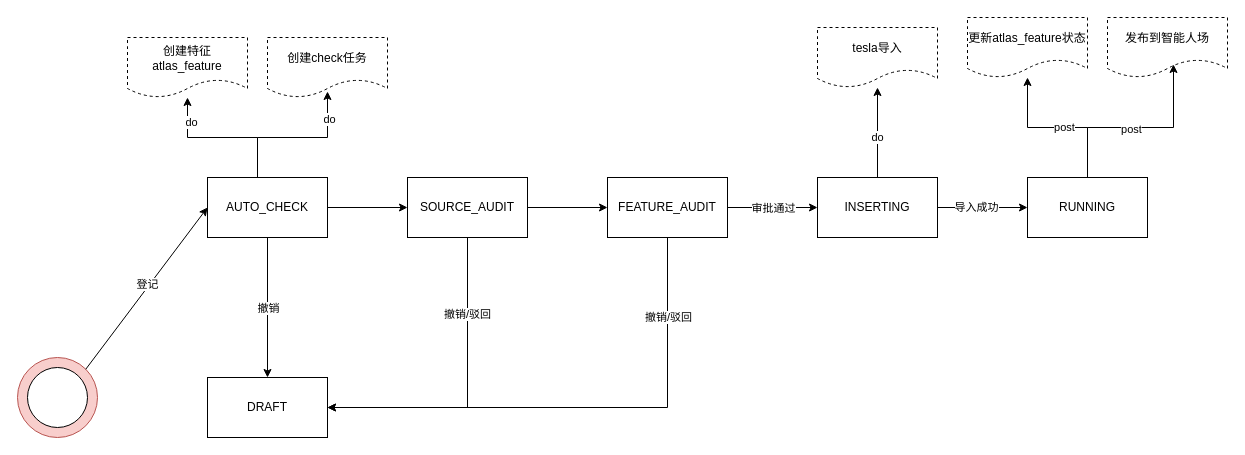
Above: state_trans_for_register.drawio in learn2Pro/draw_io_save (draw.io), before the change. Source tidied: cells renumbered, new cells numbered last; positions are measured from the earlier drawing's top-left corner, leaving out a move shared by most shapes. Both pictures are drawn from the tidied source at 100%, with x=0, y=0 at pixel (17, 17).
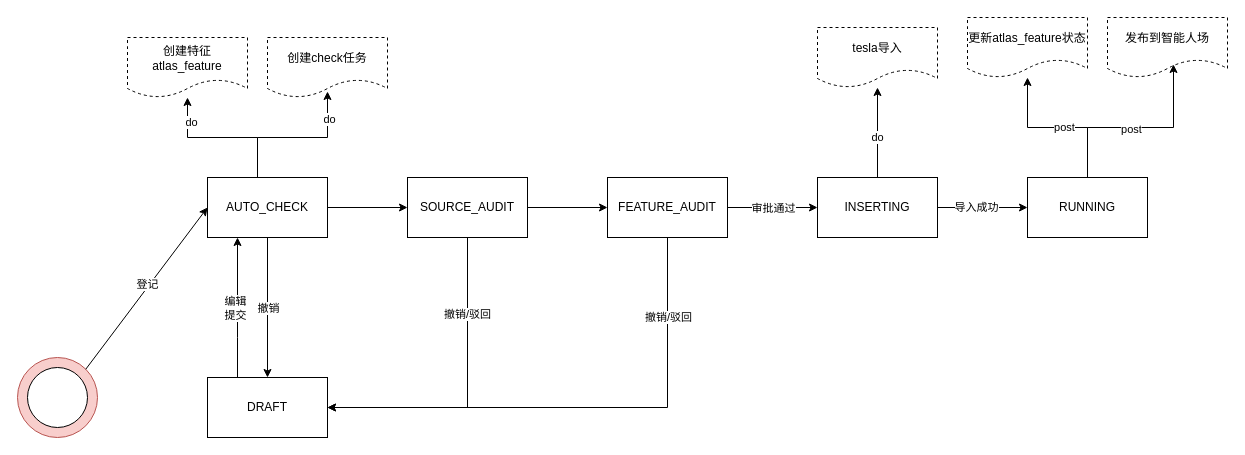
The same diagram, later.

Unchanged cells that the change refers to:
```xml
<mxCell id="7" value="AUTO_CHECK" style="rounded=0;whiteSpace=wrap;html=1;" parent="1" vertex="1">
  <mxGeometry x="190" y="160" width="120" height="60" as="geometry" />
</mxCell>
<mxCell id="23" value="DRAFT" style="rounded=0;whiteSpace=wrap;html=1;" parent="1" vertex="1">
  <mxGeometry x="190" y="360" width="120" height="60" as="geometry" />
</mxCell>
```

Change to the diagram source:
```diff
@@
+    <mxCell id="40" style="edgeStyle=orthogonalEdgeStyle;rounded=0;jettySize=auto;html=1;entryX=0.25;entryY=1;entryDx=0;entryDy=0;" parent="1" edge="1" source="23" target="7">
+      <mxGeometry relative="1" as="geometry">
+        <Array as="points">
+          <mxPoint x="220" y="320" />
+          <mxPoint x="220" y="320" />
+        </Array>
+      </mxGeometry>
+    </mxCell>
+    <mxCell id="41" value="编辑&lt;br&gt;提交" style="edgeLabel;html=1;align=center;verticalAlign=middle;" parent="40" vertex="1">
+      <mxGeometry y="3" relative="1" as="geometry" />
+    </mxCell>
```
